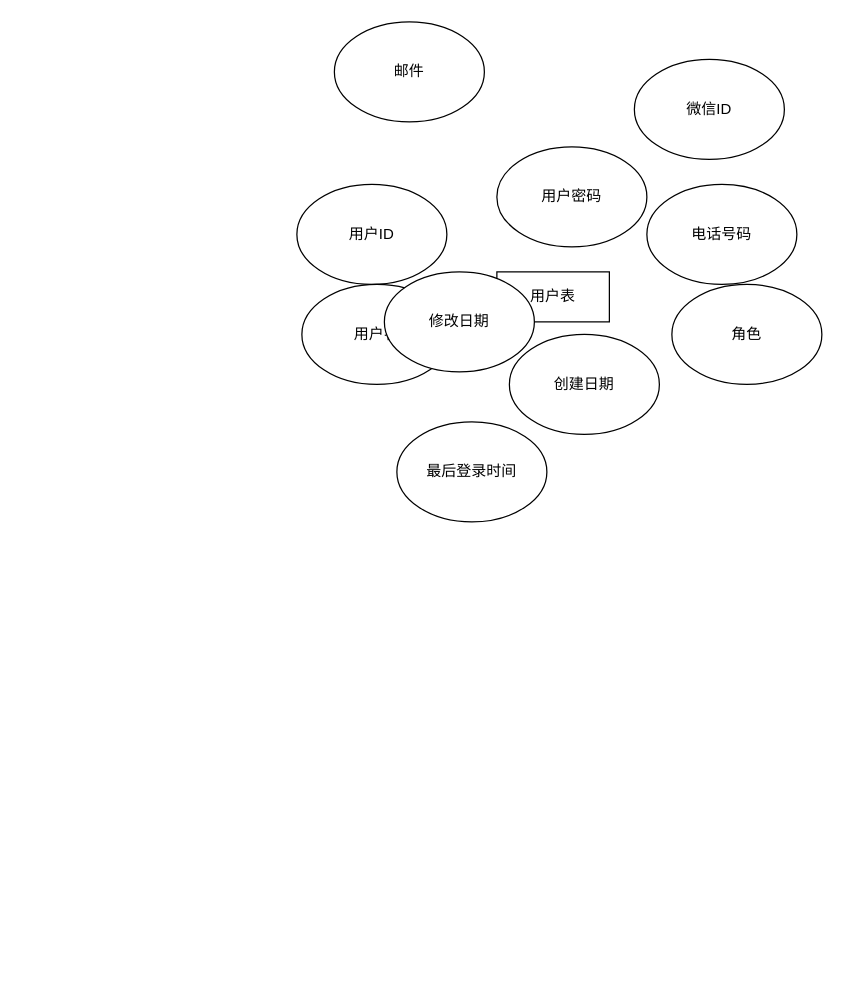
DingDongZz/typera_PicGO keeps this draw.io diagram as DrawIO_file/ER/用户表.drawio. Above is the earlier version. Source tidied: cells renumbered, new cells numbered last; positions are measured from the earlier drawing's top-left corner, leaving out a move shared by most shapes. Both pictures are drawn from the tidied source at 125%, with x=0, y=0 at pixel (296, 21).
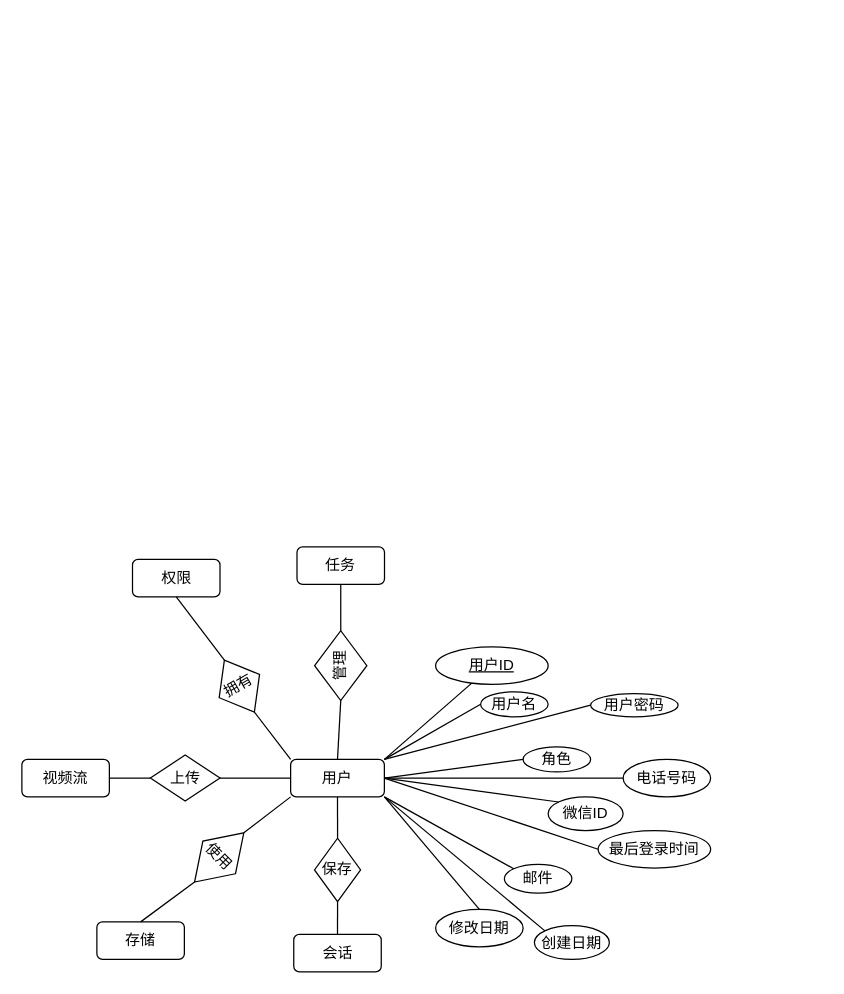
After the change.

Commit message (it also covers changes not shown here):
更新用户表.drawio

The edit, as a diff of the source:
```diff
@@
+    <mxCell id="13" style="rounded=0;jettySize=auto;html=1;entryX=1;entryY=0;entryDx=0;entryDy=0;endArrow=none;startFill=0;" parent="1" edge="1" source="2" target="3">
+      <mxGeometry relative="1" as="geometry" />
+    </mxCell>
-    <mxCell id="2" value="用户ID" style="ellipse;whiteSpace=wrap;html=1;" parent="1" vertex="1">
-      <mxGeometry y="130" width="120" height="80" as="geometry" />
+    <mxCell id="2" value="&lt;u&gt;用户ID&lt;/u&gt;" style="ellipse;whiteSpace=wrap;html=1;" parent="1" vertex="1">
+      <mxGeometry x="111" y="500" width="90" height="30" as="geometry" />
     </mxCell>
-    <mxCell id="3" value="用户表" style="rounded=0;whiteSpace=wrap;html=1;" parent="1" vertex="1">
-      <mxGeometry x="160" y="200" width="90" height="40" as="geometry" />
+    <mxCell id="3" value="用户" style="rounded=1;whiteSpace=wrap;html=1;strokeColor=default;align=center;verticalAlign=middle;fontFamily=Helvetica;fontSize=12;fontColor=default;fillColor=default;" parent="1" vertex="1">
+      <mxGeometry x="-5" y="590" width="75" height="30" as="geometry" />
     </mxCell>
     <mxCell id="4" value="用户名" style="ellipse;whiteSpace=wrap;html=1;" parent="1" vertex="1">
-      <mxGeometry x="4" y="210" width="120" height="80" as="geometry" />
+      <mxGeometry x="147" y="535.9" width="54" height="20" as="geometry" />
     </mxCell>
     <mxCell id="5" value="角色" style="ellipse;whiteSpace=wrap;html=1;" parent="1" vertex="1">
-      <mxGeometry x="300" y="210" width="120" height="80" as="geometry" />
+      <mxGeometry x="181" y="580" width="54" height="20" as="geometry" />
     </mxCell>
     <mxCell id="6" value="邮件" style="ellipse;whiteSpace=wrap;html=1;" parent="1" vertex="1">
-      <mxGeometry x="30" width="120" height="80" as="geometry" />
+      <mxGeometry x="166" y="673.9" width="54" height="23.1" as="geometry" />
     </mxCell>
-    <mxCell id="7" value="微信ID" style="ellipse;whiteSpace=wrap;html=1;" parent="1" vertex="1">
-      <mxGeometry x="270" y="30" width="120" height="80" as="geometry" />
+    <mxCell id="7" value="微信ID" style="ellipse;whiteSpace=wrap;html=1;strokeColor=default;align=center;verticalAlign=middle;fontFamily=Helvetica;fontSize=12;fontColor=default;fillColor=default;" parent="1" vertex="1">
+      <mxGeometry x="201" y="620" width="60" height="26.9" as="geometry" />
     </mxCell>
     <mxCell id="8" value="电话号码" style="ellipse;whiteSpace=wrap;html=1;" parent="1" vertex="1">
-      <mxGeometry x="280" y="130" width="120" height="80" as="geometry" />
+      <mxGeometry x="261" y="590" width="70" height="30" as="geometry" />
     </mxCell>
     <mxCell id="9" value="用户密码" style="ellipse;whiteSpace=wrap;html=1;" parent="1" vertex="1">
-      <mxGeometry x="160" y="100" width="120" height="80" as="geometry" />
+      <mxGeometry x="235" y="537.4" width="70" height="18.5" as="geometry" />
     </mxCell>
     <mxCell id="10" value="修改日期" style="ellipse;whiteSpace=wrap;html=1;" parent="1" vertex="1">
-      <mxGeometry x="70" y="200" width="120" height="80" as="geometry" />
+      <mxGeometry x="111" y="710" width="70" height="30" as="geometry" />
     </mxCell>
     <mxCell id="11" value="创建日期" style="ellipse;whiteSpace=wrap;html=1;" parent="1" vertex="1">
-      <mxGeometry x="170" y="250" width="120" height="80" as="geometry" />
+      <mxGeometry x="190" y="723.1" width="60" height="26.9" as="geometry" />
     </mxCell>
     <mxCell id="12" value="最后登录时间" style="ellipse;whiteSpace=wrap;html=1;" parent="1" vertex="1">
-      <mxGeometry x="80" y="320" width="120" height="80" as="geometry" />
+      <mxGeometry x="241" y="646.9" width="90" height="30" as="geometry" />
     </mxCell>
+    <mxCell id="14" value="权限" style="rounded=1;whiteSpace=wrap;html=1;strokeColor=default;align=center;verticalAlign=middle;fontFamily=Helvetica;fontSize=12;fontColor=default;fillColor=default;" parent="1" vertex="1">
+      <mxGeometry x="-131.5" y="430" width="70" height="30" as="geometry" />
+    </mxCell>
+    <mxCell id="15" value="任务" style="rounded=1;whiteSpace=wrap;html=1;strokeColor=default;align=center;verticalAlign=middle;fontFamily=Helvetica;fontSize=12;fontColor=default;fillColor=default;" parent="1" vertex="1">
+      <mxGeometry x="0.1" y="420" width="70" height="30" as="geometry" />
+    </mxCell>
+    <mxCell id="16" value="存储" style="rounded=1;whiteSpace=wrap;html=1;strokeColor=default;align=center;verticalAlign=middle;fontFamily=Helvetica;fontSize=12;fontColor=default;fillColor=default;" parent="1" vertex="1">
+      <mxGeometry x="-160" y="720" width="70" height="30" as="geometry" />
+    </mxCell>
+    <mxCell id="17" value="视频流" style="rounded=1;whiteSpace=wrap;html=1;" parent="1" vertex="1">
+      <mxGeometry x="-220" y="590" width="70" height="30" as="geometry" />
+    </mxCell>
+    <mxCell id="18" value="拥有" style="rhombus;whiteSpace=wrap;html=1;horizontal=0;rotation=60;" parent="1" vertex="1">
+      <mxGeometry x="-70" y="512.7" width="48" height="37.3" as="geometry" />
+    </mxCell>
+    <mxCell id="19" value="管理" style="rhombus;whiteSpace=wrap;html=1;rotation=-90;" parent="1" vertex="1">
+      <mxGeometry x="7.2" y="494.1" width="55.8" height="41.8" as="geometry" />
+    </mxCell>
+    <mxCell id="20" value="上传" style="rhombus;whiteSpace=wrap;html=1;" parent="1" vertex="1">
+      <mxGeometry x="-117.2" y="586.5" width="55.7" height="36.9" as="geometry" />
+    </mxCell>
+    <mxCell id="21" value="使用" style="rhombus;whiteSpace=wrap;html=1;horizontal=0;rotation=-225;" parent="1" vertex="1">
+      <mxGeometry x="-90" y="650" width="55.7" height="36.9" as="geometry" />
+    </mxCell>
+    <mxCell id="22" value="会话" style="rounded=1;whiteSpace=wrap;html=1;strokeColor=default;align=center;verticalAlign=middle;fontFamily=Helvetica;fontSize=12;fontColor=default;fillColor=default;" parent="1" vertex="1">
+      <mxGeometry x="-2.5" y="730" width="70" height="30" as="geometry" />
+    </mxCell>
+    <mxCell id="23" value="保存" style="rhombus;whiteSpace=wrap;html=1;horizontal=0;rotation=90;" parent="1" vertex="1">
+      <mxGeometry x="7.2" y="660" width="50.7" height="36.9" as="geometry" />
+    </mxCell>
+    <mxCell id="24" style="rounded=0;jettySize=auto;html=1;entryX=1;entryY=1;entryDx=0;entryDy=0;endArrow=none;startFill=0;exitX=0;exitY=0;exitDx=0;exitDy=0;" parent="1" edge="1" source="6" target="3">
+      <mxGeometry relative="1" as="geometry" />
+    </mxCell>
+    <mxCell id="25" style="rounded=0;jettySize=auto;html=1;entryX=1;entryY=0.5;entryDx=0;entryDy=0;endArrow=none;startFill=0;exitX=0;exitY=0.5;exitDx=0;exitDy=0;" parent="1" edge="1" source="12" target="3">
+      <mxGeometry relative="1" as="geometry" />
+    </mxCell>
+    <mxCell id="26" style="rounded=0;jettySize=auto;html=1;entryX=1;entryY=0.5;entryDx=0;entryDy=0;endArrow=none;startFill=0;exitX=0;exitY=0;exitDx=0;exitDy=0;" parent="1" edge="1" source="7" target="3">
+      <mxGeometry relative="1" as="geometry" />
+    </mxCell>
+    <mxCell id="27" style="rounded=0;jettySize=auto;html=1;entryX=1;entryY=0.5;entryDx=0;entryDy=0;endArrow=none;startFill=0;exitX=0;exitY=0.5;exitDx=0;exitDy=0;" parent="1" edge="1" source="8" target="3">
+      <mxGeometry relative="1" as="geometry" />
+    </mxCell>
+    <mxCell id="28" style="rounded=0;jettySize=auto;html=1;entryX=1;entryY=0.5;entryDx=0;entryDy=0;endArrow=none;startFill=0;exitX=0;exitY=0.5;exitDx=0;exitDy=0;" parent="1" edge="1" source="5" target="3">
+      <mxGeometry relative="1" as="geometry" />
+    </mxCell>
+    <mxCell id="29" style="rounded=0;jettySize=auto;html=1;entryX=1;entryY=0;entryDx=0;entryDy=0;endArrow=none;startFill=0;exitX=0;exitY=0.5;exitDx=0;exitDy=0;" parent="1" edge="1" source="9" target="3">
+      <mxGeometry relative="1" as="geometry" />
+    </mxCell>
+    <mxCell id="30" style="rounded=0;jettySize=auto;html=1;entryX=1;entryY=0;entryDx=0;entryDy=0;endArrow=none;startFill=0;exitX=0;exitY=0.5;exitDx=0;exitDy=0;" parent="1" edge="1" source="4" target="3">
+      <mxGeometry relative="1" as="geometry" />
+    </mxCell>
+    <mxCell id="31" style="rounded=0;jettySize=auto;html=1;entryX=1;entryY=1;entryDx=0;entryDy=0;endArrow=none;startFill=0;exitX=0.5;exitY=0;exitDx=0;exitDy=0;" parent="1" edge="1" source="10" target="3">
+      <mxGeometry relative="1" as="geometry" />
+    </mxCell>
+    <mxCell id="32" style="rounded=0;jettySize=auto;html=1;entryX=1;entryY=1;entryDx=0;entryDy=0;endArrow=none;startFill=0;exitX=0;exitY=0;exitDx=0;exitDy=0;" parent="1" edge="1" source="11" target="3">
+      <mxGeometry relative="1" as="geometry" />
+    </mxCell>
+    <mxCell id="33" style="rounded=0;jettySize=auto;html=1;entryX=0.5;entryY=0;entryDx=0;entryDy=0;endArrow=none;startFill=0;exitX=0;exitY=0.5;exitDx=0;exitDy=0;" parent="1" edge="1" source="19" target="3">
+      <mxGeometry relative="1" as="geometry" />
+    </mxCell>
+    <mxCell id="34" style="rounded=0;jettySize=auto;html=1;entryX=0.5;entryY=1;entryDx=0;entryDy=0;endArrow=none;startFill=0;exitX=0;exitY=0.5;exitDx=0;exitDy=0;" parent="1" edge="1" source="23" target="3">
+      <mxGeometry relative="1" as="geometry" />
+    </mxCell>
+    <mxCell id="35" style="rounded=0;jettySize=auto;html=1;entryX=1;entryY=0.5;entryDx=0;entryDy=0;endArrow=none;startFill=0;exitX=0;exitY=0.5;exitDx=0;exitDy=0;" parent="1" edge="1" source="3" target="20">
+      <mxGeometry relative="1" as="geometry" />
+    </mxCell>
+    <mxCell id="36" style="rounded=0;jettySize=auto;html=1;entryX=0;entryY=1;entryDx=0;entryDy=0;endArrow=none;startFill=0;exitX=0;exitY=0.5;exitDx=0;exitDy=0;" parent="1" edge="1" source="21" target="3">
+      <mxGeometry relative="1" as="geometry" />
+    </mxCell>
+    <mxCell id="37" style="rounded=0;jettySize=auto;html=1;entryX=0;entryY=0;entryDx=0;entryDy=0;endArrow=none;startFill=0;exitX=1;exitY=0.5;exitDx=0;exitDy=0;" parent="1" edge="1" source="18" target="3">
+      <mxGeometry relative="1" as="geometry" />
+    </mxCell>
+    <mxCell id="38" style="rounded=0;jettySize=auto;html=1;entryX=1;entryY=0.5;entryDx=0;entryDy=0;endArrow=none;startFill=0;exitX=0.5;exitY=1;exitDx=0;exitDy=0;" parent="1" edge="1" source="15" target="19">
+      <mxGeometry relative="1" as="geometry" />
+    </mxCell>
+    <mxCell id="39" style="rounded=0;jettySize=auto;html=1;entryX=0;entryY=0.5;entryDx=0;entryDy=0;endArrow=none;startFill=0;exitX=0.5;exitY=1;exitDx=0;exitDy=0;" parent="1" edge="1" source="14" target="18">
+      <mxGeometry relative="1" as="geometry" />
+    </mxCell>
+    <mxCell id="40" style="rounded=0;jettySize=auto;html=1;entryX=0;entryY=0.5;entryDx=0;entryDy=0;endArrow=none;startFill=0;exitX=1;exitY=0.5;exitDx=0;exitDy=0;" parent="1" edge="1" source="17" target="20">
+      <mxGeometry relative="1" as="geometry" />
+    </mxCell>
+    <mxCell id="41" style="rounded=0;jettySize=auto;html=1;entryX=1;entryY=0.5;entryDx=0;entryDy=0;endArrow=none;startFill=0;exitX=0.5;exitY=0;exitDx=0;exitDy=0;" parent="1" edge="1" source="16" target="21">
+      <mxGeometry relative="1" as="geometry" />
+    </mxCell>
+    <mxCell id="42" style="rounded=0;jettySize=auto;html=1;entryX=1;entryY=0.5;entryDx=0;entryDy=0;endArrow=none;startFill=0;exitX=0.5;exitY=0;exitDx=0;exitDy=0;" parent="1" edge="1" source="22" target="23">
+      <mxGeometry relative="1" as="geometry" />
+    </mxCell>
```
